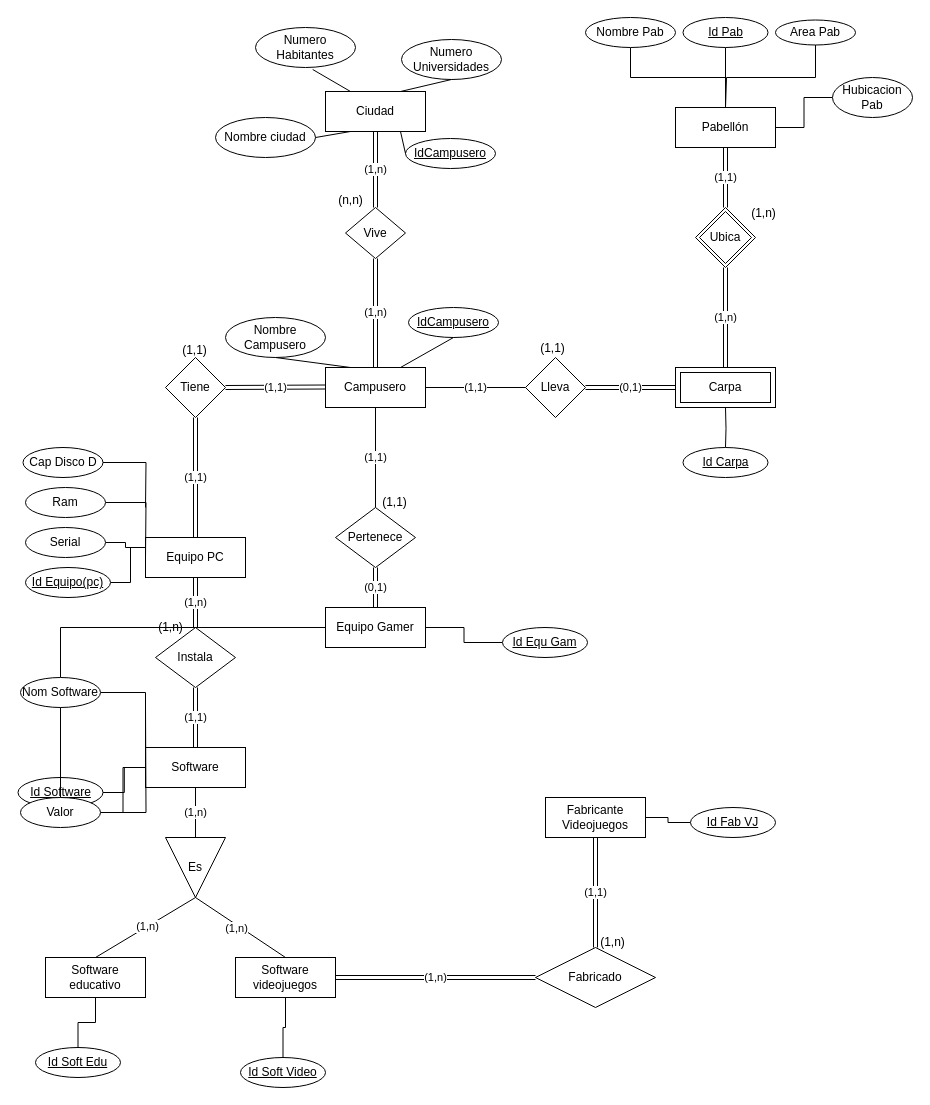
Earlier version of the draw.io diagram Diagrama sin título.drawio (TatianaVZ5/gdatos.). Source tidied: cells renumbered, new cells numbered last; positions are measured from the earlier drawing's top-left corner, leaving out a move shared by most shapes. Both pictures are drawn from the tidied source at 100%, with x=0, y=0 at pixel (17, 17).
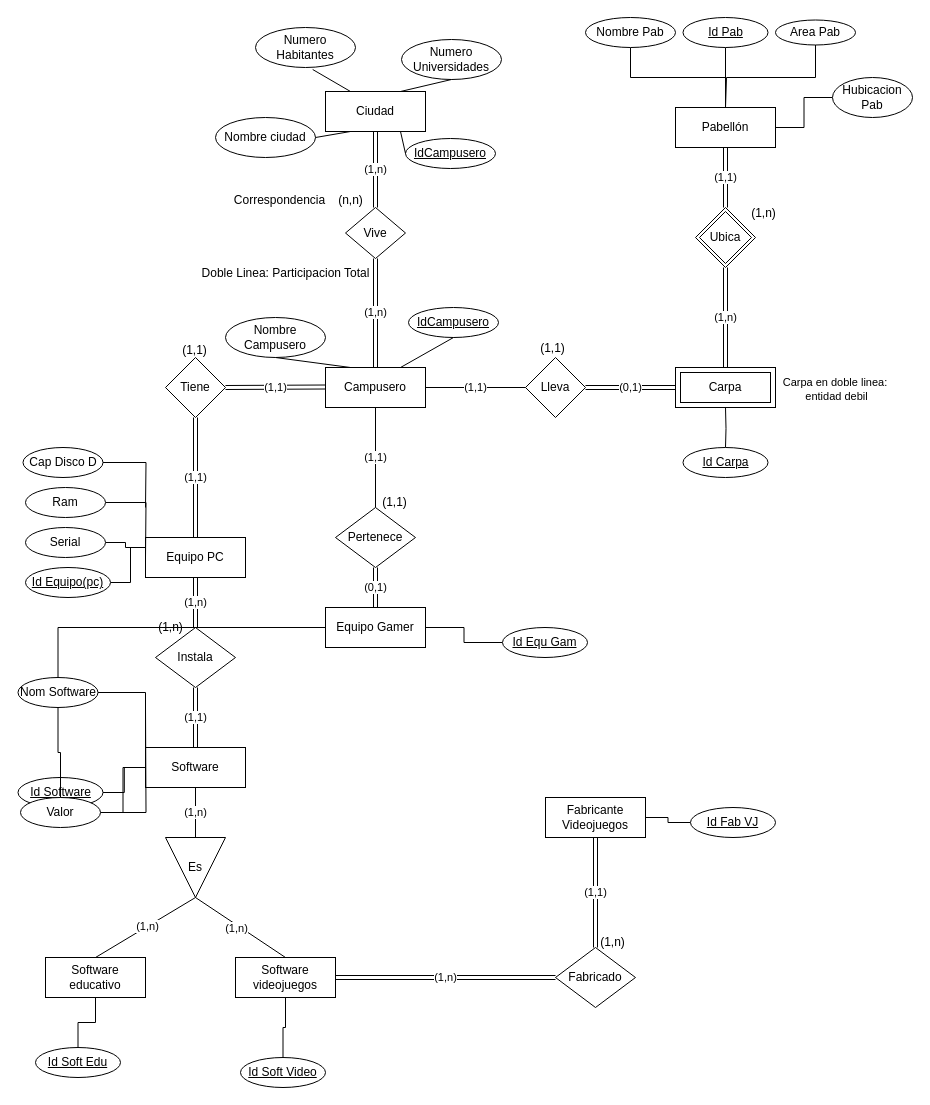
The same page after the edit.

The edit, as a diff of the source:
```diff
@@
     <mxCell id="47" value="Fabricado" style="shape=rhombus;perimeter=rhombusPerimeter;whiteSpace=wrap;html=1;align=center;" parent="1" vertex="1">
-      <mxGeometry x="518" y="930" width="120" height="60" as="geometry" />
+      <mxGeometry x="538" y="930" width="80" height="60" as="geometry" />
     </mxCell>
@@
     <mxCell id="83" value="Nom Software" style="ellipse;whiteSpace=wrap;html=1;align=center;" parent="1" vertex="1">
-      <mxGeometry x="3" y="660" width="80" height="30" as="geometry" />
+      <mxGeometry x="0.5" y="660" width="80" height="30" as="geometry" />
     </mxCell>
@@
+    <mxCell id="94" value="Correspondencia" style="text;html=1;align=center;verticalAlign=middle;strokeColor=none;fillColor=none;" parent="1" vertex="1">
+      <mxGeometry x="207" y="168" width="110" height="30" as="geometry" />
+    </mxCell>
+    <mxCell id="95" value="Doble Linea: Participacion Total" style="text;html=1;align=center;verticalAlign=middle;strokeColor=none;fillColor=none;" parent="1" vertex="1">
+      <mxGeometry x="173" y="241" width="190" height="30" as="geometry" />
+    </mxCell>
+    <mxCell id="96" value="Carpa en doble linea:&amp;nbsp;&lt;div&gt;entidad debil&lt;/div&gt;" style="text;html=1;align=center;verticalAlign=middle;strokeColor=none;fillColor=none;fontFamily=Helvetica;fontSize=11;fontColor=default;labelBackgroundColor=default;" parent="1" vertex="1">
+      <mxGeometry x="754" y="352" width="130" height="40" as="geometry" />
+    </mxCell>
```
